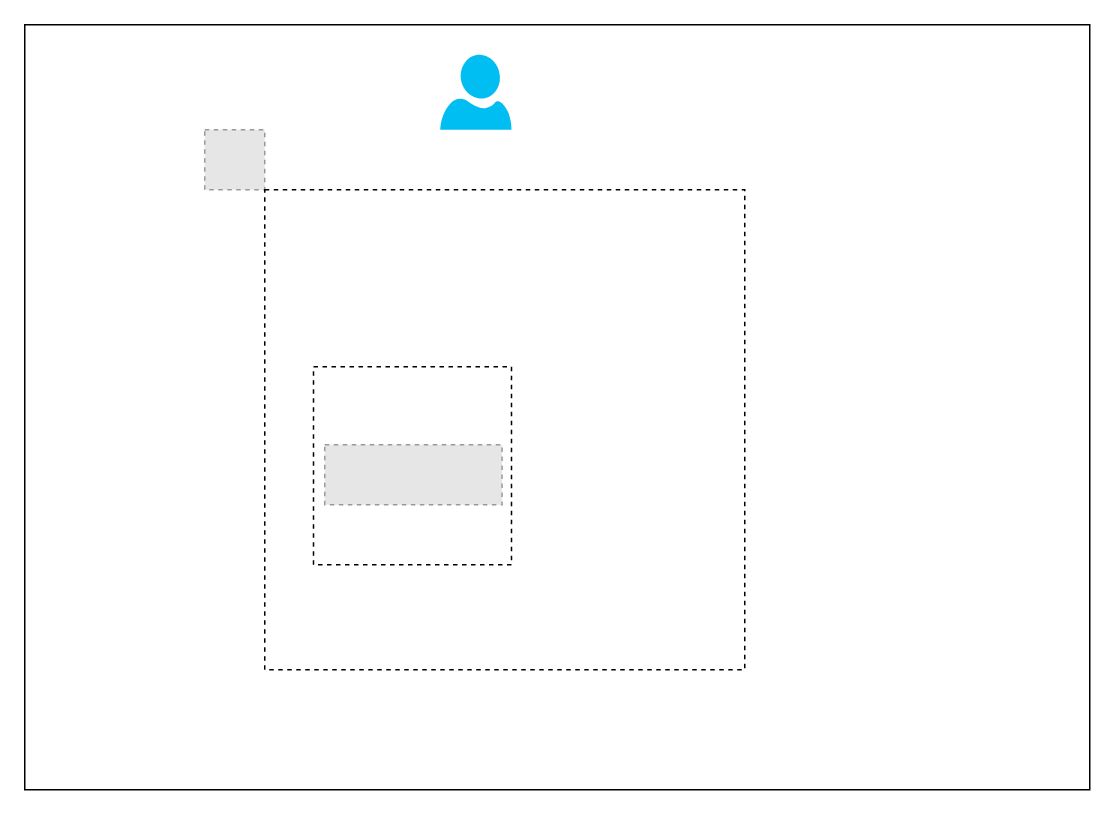
Before: infrastructure.drawio in nnashiki/drawio_azure, a draw.io diagram. Source tidied: cells renumbered, new cells numbered last; positions are measured from the earlier drawing's top-left corner, leaving out a move shared by most shapes. Both pictures are drawn from the tidied source at 150%, with x=0, y=0 at pixel (24, 24). Pictures stored in the file or linked from it are replaced by grey dashed boxes.
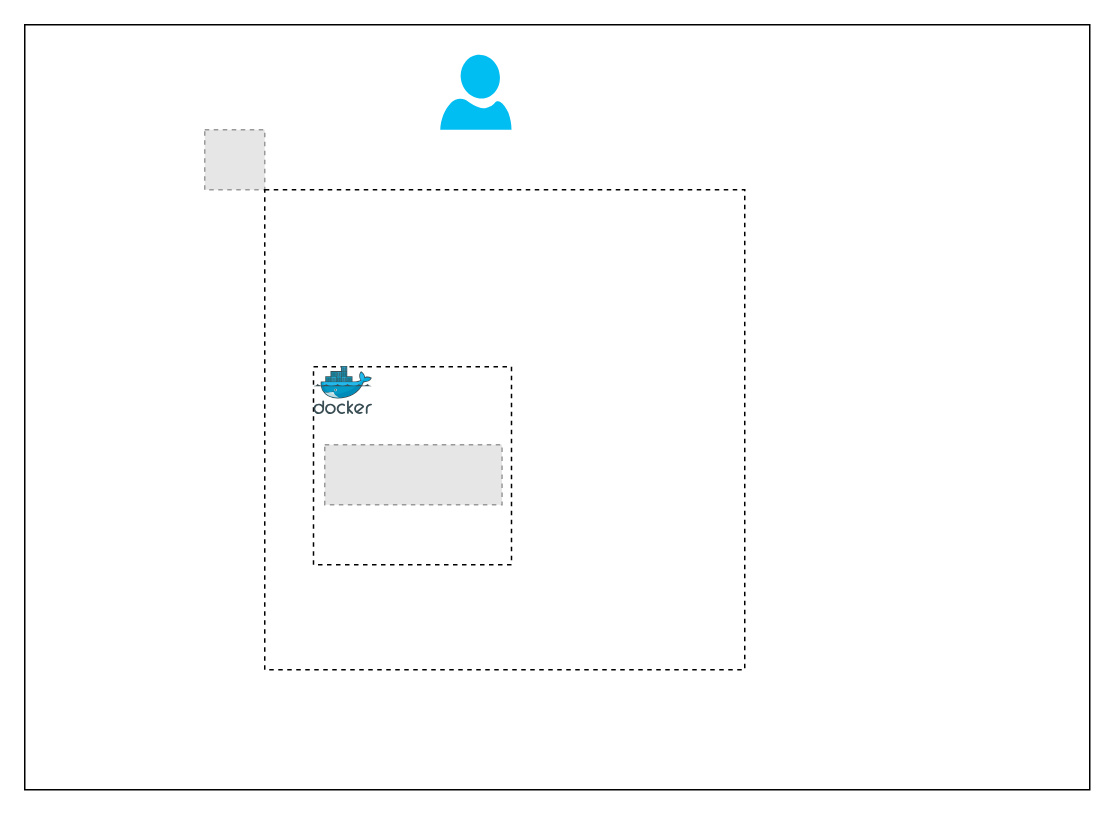
The same page after the edit.

What changed in the source:
```diff
@@
 <mxGraphModel>
   <root>
     <mxCell id="0" />
     <mxCell id="1" parent="0" />
     <mxCell id="2" style="rounded=0;whiteSpace=wrap;html=1;" parent="1" vertex="1">
       <mxGeometry width="710" height="510" as="geometry" />
     </mxCell>
     <mxCell id="3" parent="0" />
     <mxCell id="4" style="fillColor=#E6E6E6;strokeColor=#999999;dashed=1;verticalLabelPosition=bottom;verticalAlign=top;" parent="3" vertex="1">
       <mxGeometry x="120" y="70" width="40" height="40" as="geometry" />
     </mxCell>
     <mxCell id="5" style="rounded=0;whiteSpace=wrap;html=1;dashed=1;" parent="3" vertex="1">
       <mxGeometry x="160" y="110" width="320" height="320" as="geometry" />
     </mxCell>
     <mxCell id="6" parent="0" />
     <mxCell id="7" style="whiteSpace=wrap;html=1;dashed=1;" parent="6" vertex="1">
       <mxGeometry x="192.5" y="228" width="132" height="132" as="geometry" />
     </mxCell>
     <mxCell id="8" style="fillColor=#E6E6E6;strokeColor=#999999;dashed=1;verticalLabelPosition=bottom;labelBackgroundColor=#ffffff;verticalAlign=top;" parent="6" vertex="1">
       <mxGeometry x="200" y="280" width="118.2" height="40" as="geometry" />
     </mxCell>
     <mxCell id="9" style="verticalLabelPosition=bottom;html=1;verticalAlign=top;align=center;strokeColor=none;fillColor=#00BEF2;shape=mxgraph.azure.user;dashed=1;" parent="6" vertex="1">
       <mxGeometry x="277" y="20" width="47.5" height="50" as="geometry" />
     </mxCell>
+    <mxCell id="10" style="html=1;align=center;image;fontSize=12;image=img/lib/mscae/Docker.svg;" parent="6" vertex="1">
+      <mxGeometry x="193" y="228" width="39" height="32" as="geometry" />
+    </mxCell>
   </root>
 </mxGraphModel>
```
